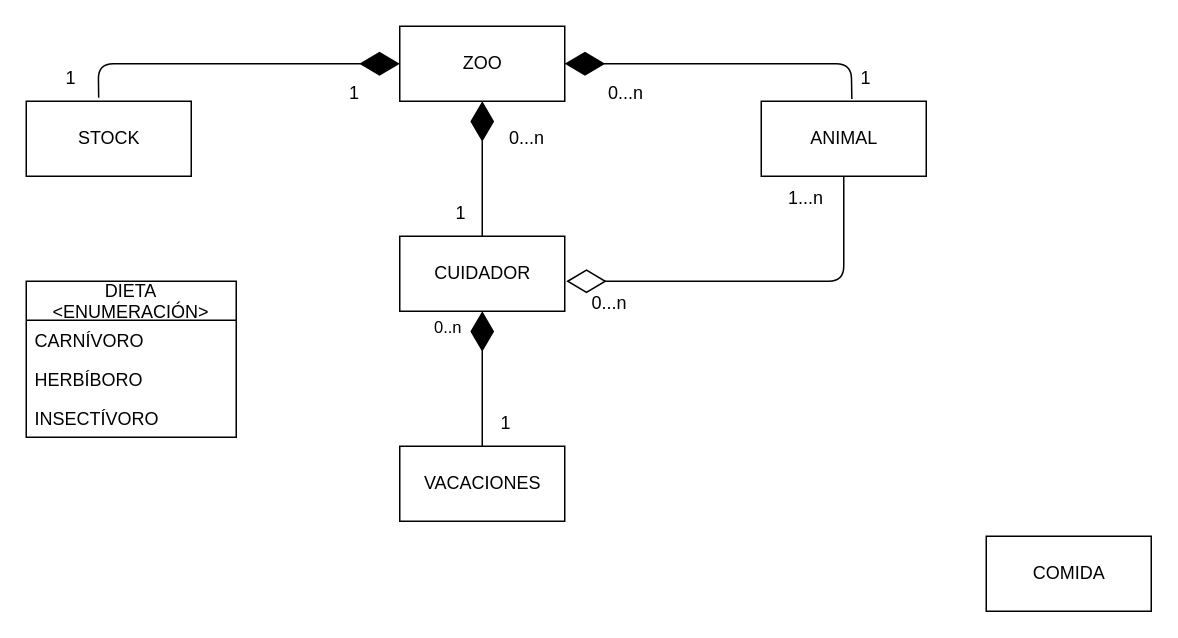
This is EJ5/ejercicio5.drawio from Trabajo-gruupal-empresa/Mediante-UML, a draw.io file, before an edit. Source tidied: cells renumbered, new cells numbered last; positions are measured from the earlier drawing's top-left corner, leaving out a move shared by most shapes. Both pictures are drawn from the tidied source at 150%, with x=0, y=0 at pixel (26, 26).
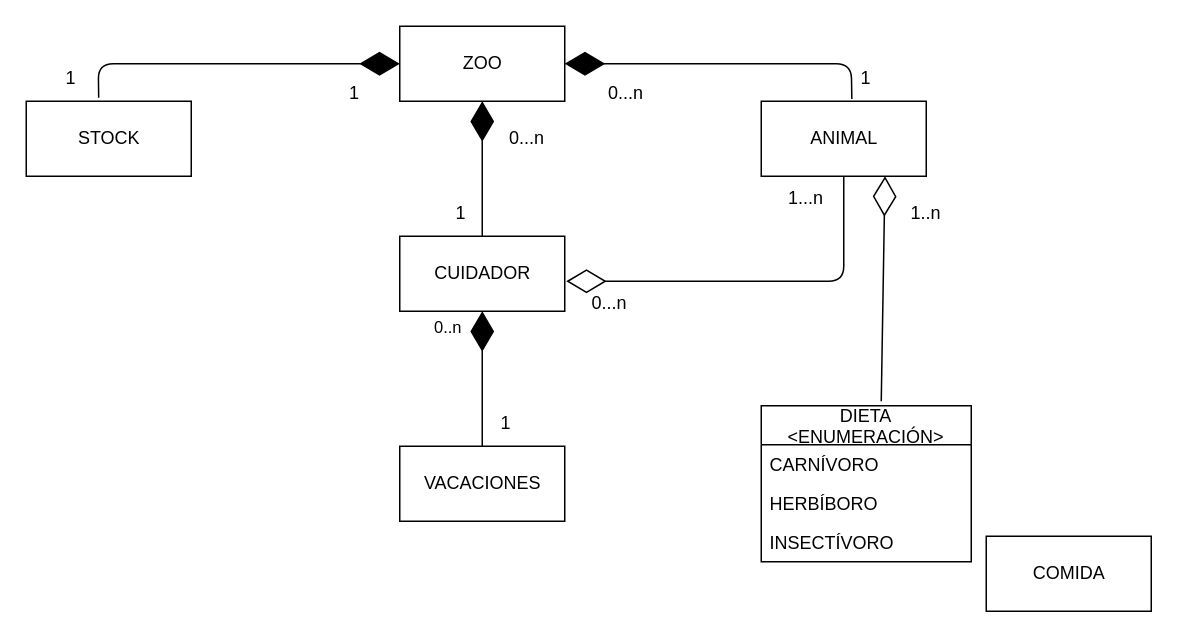
The same page after the edit.

Commit message:
agregación dieta/animal

Unchanged cells that the change refers to:
```xml
<mxCell id="4" value="ANIMAL" style="html=1;" parent="1" vertex="1">
  <mxGeometry x="490" y="50" width="110" height="50" as="geometry" />
</mxCell>
```

Change to the diagram source:
```diff
@@
     <mxCell id="23" value="DIETA&#10;&lt;ENUMERACIÓN&gt;" style="swimlane;fontStyle=0;horizontal=1;startSize=26;fillColor=none;" parent="1" vertex="1">
-      <mxGeometry y="170" width="140" height="104" as="geometry" />
+      <mxGeometry x="490" y="253" width="140" height="104" as="geometry" />
     </mxCell>
@@
+    <mxCell id="27" style="endArrow=diamondThin;endFill=0;endSize=24;html=1;entryX=0.75;entryY=1;entryDx=0;entryDy=0;" parent="1" edge="1" target="4">
+      <mxGeometry relative="1" as="geometry">
+        <mxPoint x="570" y="250" as="sourcePoint" />
+      </mxGeometry>
+    </mxCell>
+    <mxCell id="28" value="1..n" style="text;strokeColor=none;align=center;fillColor=none;html=1;verticalAlign=middle;whiteSpace=wrap;rounded=0;" parent="1" vertex="1">
+      <mxGeometry x="570" y="110" width="60" height="30" as="geometry" />
+    </mxCell>
```
